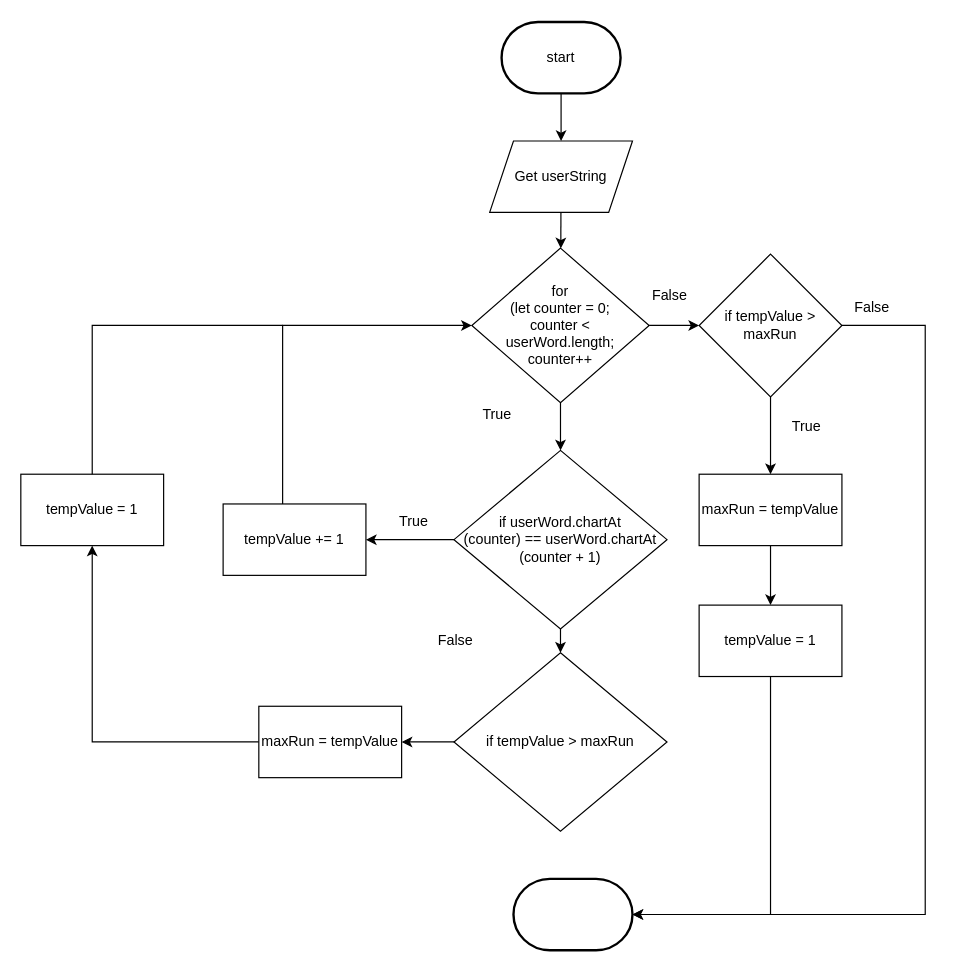
This is Design/flowchart.drawio from mohammedal-ess/ICS4U-assignment-02-typescript, a draw.io file, before an edit. Source tidied: cells renumbered, new cells numbered last; positions are measured from the earlier drawing's top-left corner, leaving out a move shared by most shapes. Both pictures are drawn from the tidied source at 119%, with x=0, y=0 at pixel (20, 21).
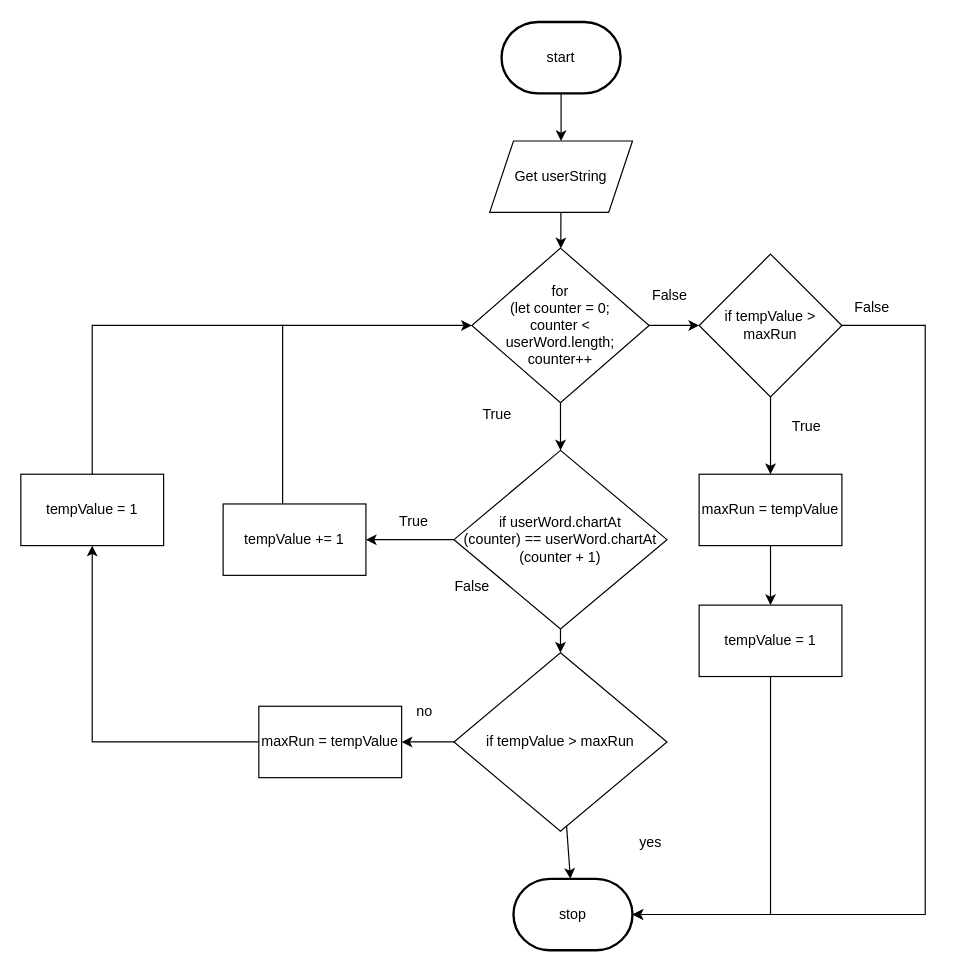
Above is the later version.

The change refers to these unchanged cells:
```xml
<mxCell id="14" value="if tempValue &amp;gt; maxRun" style="rhombus;whiteSpace=wrap;html=1;" parent="1" vertex="1">
  <mxGeometry x="364" y="530" width="179" height="150" as="geometry" />
</mxCell>
```

What changed in the source:
```diff
@@
+    <mxCell id="36" style="edgeStyle=none;html=1;" parent="1" edge="1" source="14" target="35">
+      <mxGeometry relative="1" as="geometry" />
+    </mxCell>
@@
     <mxCell id="17" value="False" style="text;html=1;align=center;verticalAlign=middle;strokeColor=none;fillColor=none;" parent="1" vertex="1">
-      <mxGeometry x="340" y="510" width="50" height="20" as="geometry" />
+      <mxGeometry x="354" y="465" width="50" height="20" as="geometry" />
     </mxCell>
@@
-    <mxCell id="35" style="strokeWidth=2;html=1;shape=mxgraph.flowchart.terminator;whiteSpace=wrap;" parent="1" vertex="1">
+    <mxCell id="35" value="stop" style="strokeWidth=2;html=1;shape=mxgraph.flowchart.terminator;whiteSpace=wrap;" parent="1" vertex="1">
       <mxGeometry x="414" y="720" width="100" height="60" as="geometry" />
     </mxCell>
+    <mxCell id="37" value="yes" style="text;html=1;align=center;verticalAlign=middle;strokeColor=none;fillColor=none;" parent="1" vertex="1">
+      <mxGeometry x="514" y="680" width="30" height="20" as="geometry" />
+    </mxCell>
+    <mxCell id="38" value="no" style="text;html=1;align=center;verticalAlign=middle;strokeColor=none;fillColor=none;" parent="1" vertex="1">
+      <mxGeometry x="324" y="570" width="30" height="20" as="geometry" />
+    </mxCell>
```
